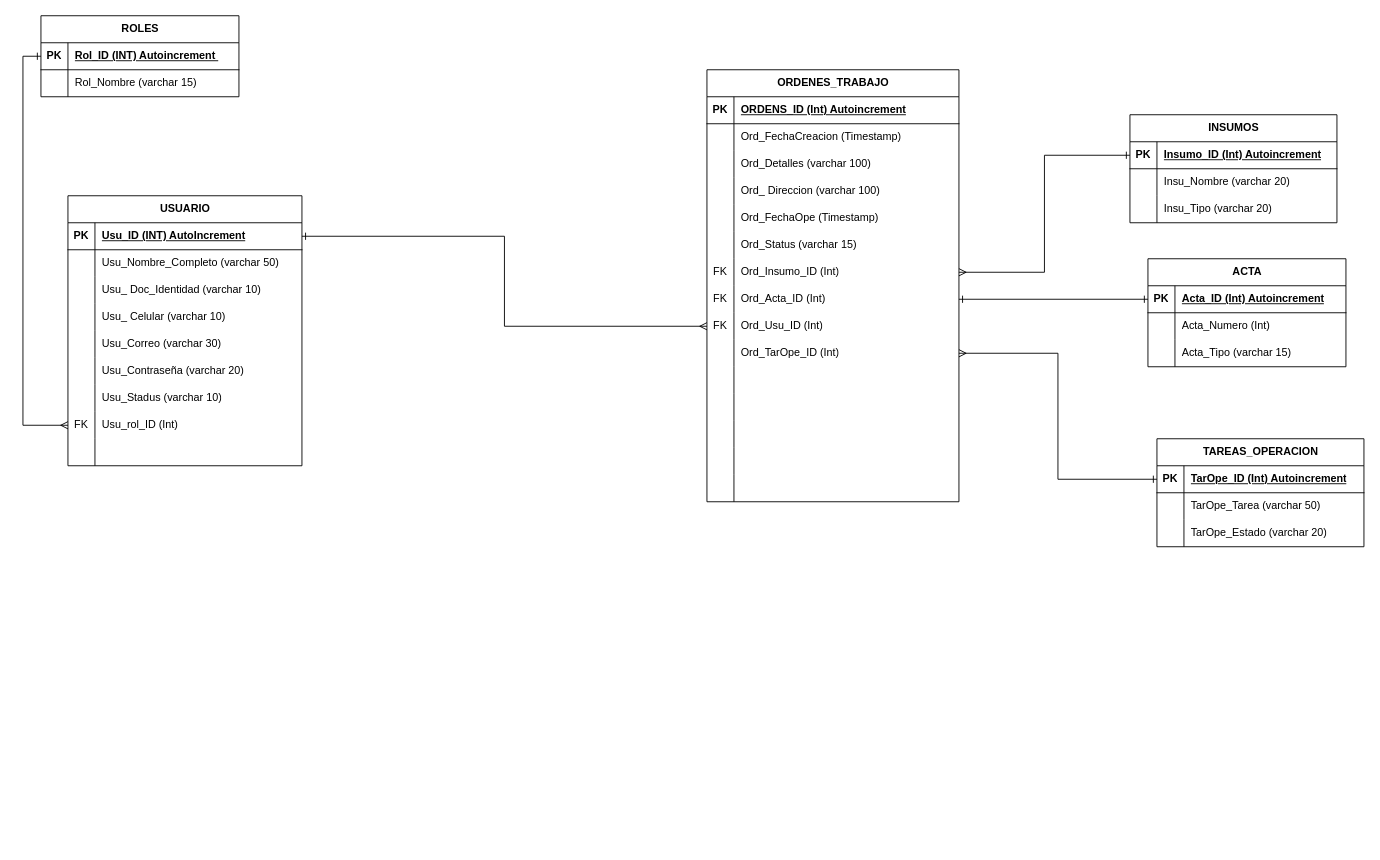
Before: MODELO FISICO BASE DE DATOS.drawio in Jottapar/Curso, a draw.io diagram. Source tidied: cells renumbered, new cells numbered last; positions are measured from the earlier drawing's top-left corner, leaving out a move shared by most shapes. Both pictures are drawn from the tidied source at 90%, with x=0, y=0 at pixel (40, 15).
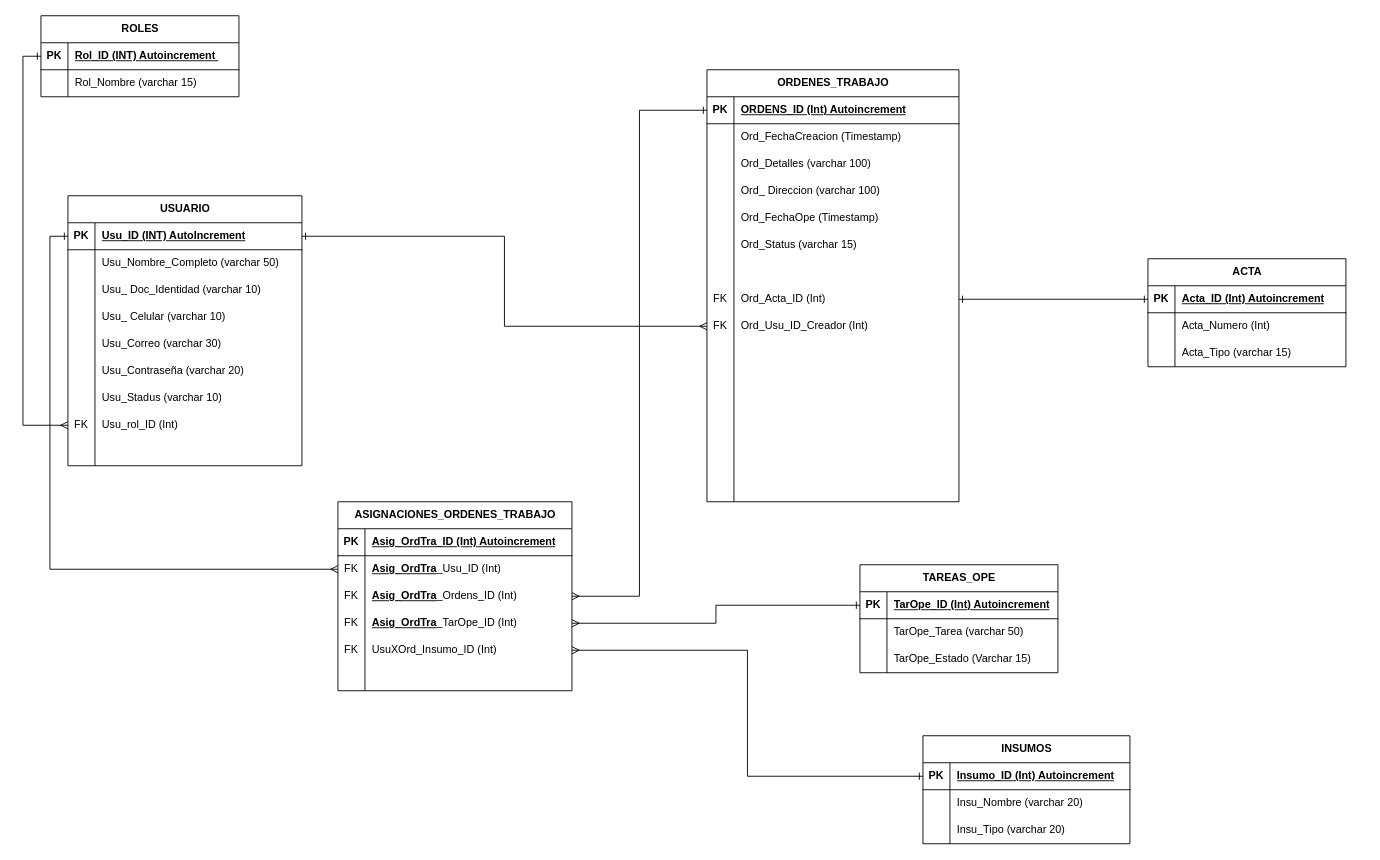
The same diagram, later.

The change refers to these unchanged cells:
```xml
<mxCell id="3" style="shape=tableRow;horizontal=0;startSize=0;swimlaneHead=0;swimlaneBody=0;fillColor=none;points=[[0,0.5],[1,0.5]];portConstraint=eastwest;top=0;left=0;right=0;bottom=1;" parent="2" vertex="1">
  <mxGeometry y="30" width="260" height="30" as="geometry" />
</mxCell>
<mxCell id="39" style="shape=tableRow;horizontal=0;startSize=0;swimlaneHead=0;swimlaneBody=0;fillColor=none;points=[[0,0.5],[1,0.5]];portConstraint=eastwest;top=0;left=0;right=0;bottom=1;" parent="38" vertex="1">
  <mxGeometry y="30" width="280" height="30" as="geometry" />
</mxCell>
<mxCell id="57" style="shape=tableRow;horizontal=0;startSize=0;swimlaneHead=0;swimlaneBody=0;fillColor=none;points=[[0,0.5],[1,0.5]];portConstraint=eastwest;top=0;left=0;right=0;bottom=0;" parent="38" vertex="1">
  <mxGeometry y="210" width="280" height="30" as="geometry" />
</mxCell>
<mxCell id="63" style="shape=tableRow;horizontal=0;startSize=0;swimlaneHead=0;swimlaneBody=0;fillColor=none;points=[[0,0.5],[1,0.5]];portConstraint=eastwest;top=0;left=0;right=0;bottom=0;" parent="38" vertex="1">
  <mxGeometry y="270" width="280" height="30" as="geometry" />
</mxCell>
<mxCell id="66" style="shape=tableRow;horizontal=0;startSize=0;swimlaneHead=0;swimlaneBody=0;fillColor=none;points=[[0,0.5],[1,0.5]];portConstraint=eastwest;top=0;left=0;right=0;bottom=0;" parent="38" vertex="1">
  <mxGeometry y="300" width="280" height="30" as="geometry" />
</mxCell>
```

What changed in the source:
```diff
@@
-    <mxCell id="58" value="FK" style="shape=partialRectangle;fillColor=none;top=0;left=0;bottom=0;right=0;overflow=hidden;whiteSpace=wrap;html=1;" parent="57" vertex="1">
+    <mxCell id="58" style="shape=partialRectangle;fillColor=none;top=0;left=0;bottom=0;right=0;overflow=hidden;whiteSpace=wrap;html=1;" parent="57" vertex="1">
       <mxGeometry width="30" height="30" as="geometry" />
     </mxCell>
-    <mxCell id="59" value="Ord_Insumo_ID (Int)" style="shape=partialRectangle;fillColor=none;top=0;left=0;bottom=0;right=0;align=left;spacingLeft=6;overflow=hidden;whiteSpace=wrap;html=1;" parent="57" vertex="1">
+    <mxCell id="59" style="shape=partialRectangle;fillColor=none;top=0;left=0;bottom=0;right=0;align=left;spacingLeft=6;overflow=hidden;whiteSpace=wrap;html=1;" parent="57" vertex="1">
       <mxGeometry x="30" width="250" height="30" as="geometry" />
     </mxCell>
@@
-    <mxCell id="65" value="Ord_Usu_ID (Int)" style="shape=partialRectangle;fillColor=none;top=0;left=0;bottom=0;right=0;align=left;spacingLeft=6;overflow=hidden;whiteSpace=wrap;html=1;" parent="63" vertex="1">
+    <mxCell id="65" value="Ord_Usu_ID_Creador (Int)" style="shape=partialRectangle;fillColor=none;top=0;left=0;bottom=0;right=0;align=left;spacingLeft=6;overflow=hidden;whiteSpace=wrap;html=1;" parent="63" vertex="1">
       <mxGeometry x="30" width="250" height="30" as="geometry" />
     </mxCell>
@@
-    <mxCell id="68" value="Ord_TarOpe_ID (Int)" style="shape=partialRectangle;fillColor=none;top=0;left=0;bottom=0;right=0;align=left;spacingLeft=6;overflow=hidden;whiteSpace=wrap;html=1;" parent="66" vertex="1">
+    <mxCell id="68" style="shape=partialRectangle;fillColor=none;top=0;left=0;bottom=0;right=0;align=left;spacingLeft=6;overflow=hidden;whiteSpace=wrap;html=1;" parent="66" vertex="1">
       <mxGeometry x="30" width="250" height="30" as="geometry" />
     </mxCell>
@@
-    <mxCell id="84" value="INSUMOS" style="shape=table;startSize=30;childLayout=tableLayout;rowLines=0;fontStyle=1;align=center;html=1;" parent="1" vertex="1">
-      <mxGeometry x="1210" y="110" width="230" height="120" as="geometry" />
-    </mxCell>
-    <mxCell id="85" style="shape=tableRow;horizontal=0;startSize=0;swimlaneHead=0;swimlaneBody=0;fillColor=none;points=[[0,0.5],[1,0.5]];portConstraint=eastwest;top=0;left=0;right=0;bottom=1;" parent="84" vertex="1">
-      <mxGeometry y="30" width="230" height="30" as="geometry" />
-    </mxCell>
-    <mxCell id="86" value="PK" style="shape=partialRectangle;fillColor=none;top=0;left=0;bottom=0;right=0;fontStyle=1;overflow=hidden;whiteSpace=wrap;html=1;" parent="85" vertex="1">
-      <mxGeometry width="30" height="30" as="geometry" />
-    </mxCell>
-    <mxCell id="87" value="Insumo_ID (Int) Autoincrement" style="shape=partialRectangle;fillColor=none;top=0;left=0;bottom=0;right=0;align=left;spacingLeft=6;fontStyle=5;overflow=hidden;whiteSpace=wrap;html=1;" parent="85" vertex="1">
-      <mxGeometry x="30" width="200" height="30" as="geometry" />
-    </mxCell>
-    <mxCell id="88" style="shape=tableRow;horizontal=0;startSize=0;swimlaneHead=0;swimlaneBody=0;fillColor=none;top=0;left=0;right=0;bottom=0;" parent="84" vertex="1">
-      <mxGeometry y="60" width="230" height="30" as="geometry" />
-    </mxCell>
-    <mxCell id="89" style="shape=partialRectangle;fillColor=none;top=0;left=0;bottom=0;right=0;overflow=hidden;whiteSpace=wrap;html=1;" parent="88" vertex="1">
-      <mxGeometry width="30" height="30" as="geometry" />
-    </mxCell>
-    <mxCell id="90" value="Insu_Nombre (varchar 20)" style="shape=partialRectangle;fillColor=none;top=0;left=0;bottom=0;right=0;align=left;spacingLeft=6;overflow=hidden;whiteSpace=wrap;html=1;" parent="88" vertex="1">
-      <mxGeometry x="30" width="200" height="30" as="geometry" />
-    </mxCell>
-    <mxCell id="91" style="shape=tableRow;horizontal=0;startSize=0;swimlaneHead=0;swimlaneBody=0;fillColor=none;top=0;left=0;right=0;bottom=0;" parent="84" vertex="1">
-      <mxGeometry y="90" width="230" height="30" as="geometry" />
-    </mxCell>
-    <mxCell id="92" style="shape=partialRectangle;fillColor=none;top=0;left=0;bottom=0;right=0;overflow=hidden;whiteSpace=wrap;html=1;" parent="91" vertex="1">
-      <mxGeometry width="30" height="30" as="geometry" />
-    </mxCell>
-    <mxCell id="93" value="Insu_Tipo (varchar 20)" style="shape=partialRectangle;fillColor=none;top=0;left=0;bottom=0;right=0;align=left;spacingLeft=6;overflow=hidden;whiteSpace=wrap;html=1;" parent="91" vertex="1">
-      <mxGeometry x="30" width="200" height="30" as="geometry" />
-    </mxCell>
@@
-    <mxCell id="104" style="edgeStyle=orthogonalEdgeStyle;rounded=0;jettySize=auto;html=1;entryX=0;entryY=0.5;entryDx=0;entryDy=0;endArrow=ERone;endFill=0;startArrow=ERmany;startFill=0;" parent="1" edge="1" source="57" target="85">
-      <mxGeometry relative="1" as="geometry" />
-    </mxCell>
@@
-    <mxCell id="107" value="TAREAS_OPERACION" style="shape=table;startSize=30;childLayout=tableLayout;rowLines=0;fontStyle=1;align=center;html=1;" parent="1" vertex="1">
-      <mxGeometry x="1240" y="470" width="230" height="120" as="geometry" />
-    </mxCell>
-    <mxCell id="108" style="shape=tableRow;horizontal=0;startSize=0;swimlaneHead=0;swimlaneBody=0;fillColor=none;points=[[0,0.5],[1,0.5]];portConstraint=eastwest;top=0;left=0;right=0;bottom=1;" parent="107" vertex="1">
-      <mxGeometry y="30" width="230" height="30" as="geometry" />
-    </mxCell>
-    <mxCell id="109" value="PK" style="shape=partialRectangle;fillColor=none;top=0;left=0;bottom=0;right=0;fontStyle=1;overflow=hidden;whiteSpace=wrap;html=1;" parent="108" vertex="1">
-      <mxGeometry width="30" height="30" as="geometry" />
-    </mxCell>
+    <mxCell id="118" value="ASIGNACIONES_ORDENES_TRABAJO" style="shape=table;startSize=30;childLayout=tableLayout;rowLines=0;fontStyle=1;align=center;html=1;" parent="1" vertex="1">
+      <mxGeometry x="330" y="540" width="260" height="210" as="geometry" />
+    </mxCell>
+    <mxCell id="119" style="shape=tableRow;horizontal=0;startSize=0;swimlaneHead=0;swimlaneBody=0;fillColor=none;top=0;left=0;right=0;bottom=1;" parent="118" vertex="1">
+      <mxGeometry y="30" width="260" height="30" as="geometry" />
+    </mxCell>
+    <mxCell id="120" value="PK" style="shape=partialRectangle;fillColor=none;top=0;left=0;bottom=0;right=0;fontStyle=1;overflow=hidden;whiteSpace=wrap;html=1;" parent="119" vertex="1">
+      <mxGeometry width="30" height="30" as="geometry" />
+    </mxCell>
+    <mxCell id="121" value="Asig_OrdTra_ID (Int) Autoincrement" style="shape=partialRectangle;fillColor=none;top=0;left=0;bottom=0;right=0;align=left;spacingLeft=6;fontStyle=5;overflow=hidden;whiteSpace=wrap;html=1;" parent="119" vertex="1">
+      <mxGeometry x="30" width="230" height="30" as="geometry" />
+    </mxCell>
+    <mxCell id="122" style="shape=tableRow;horizontal=0;startSize=0;swimlaneHead=0;swimlaneBody=0;fillColor=none;points=[[0,0.5],[1,0.5]];portConstraint=eastwest;top=0;left=0;right=0;bottom=0;" parent="118" vertex="1">
+      <mxGeometry y="60" width="260" height="30" as="geometry" />
+    </mxCell>
+    <mxCell id="123" value="FK" style="shape=partialRectangle;fillColor=none;top=0;left=0;bottom=0;right=0;overflow=hidden;whiteSpace=wrap;html=1;" parent="122" vertex="1">
+      <mxGeometry width="30" height="30" as="geometry" />
+    </mxCell>
+    <mxCell id="124" value="&lt;span style=&quot;font-weight: 700; text-decoration-line: underline;&quot;&gt;Asig_OrdTra&lt;/span&gt;_Usu_ID (Int)" style="shape=partialRectangle;fillColor=none;top=0;left=0;bottom=0;right=0;align=left;spacingLeft=6;overflow=hidden;whiteSpace=wrap;html=1;" parent="122" vertex="1">
+      <mxGeometry x="30" width="230" height="30" as="geometry" />
+    </mxCell>
+    <mxCell id="125" style="shape=tableRow;horizontal=0;startSize=0;swimlaneHead=0;swimlaneBody=0;fillColor=none;points=[[0,0.5],[1,0.5]];portConstraint=eastwest;top=0;left=0;right=0;bottom=0;" parent="118" vertex="1">
+      <mxGeometry y="90" width="260" height="30" as="geometry" />
+    </mxCell>
+    <mxCell id="126" value="FK" style="shape=partialRectangle;fillColor=none;top=0;left=0;bottom=0;right=0;overflow=hidden;whiteSpace=wrap;html=1;" parent="125" vertex="1">
+      <mxGeometry width="30" height="30" as="geometry" />
+    </mxCell>
+    <mxCell id="127" value="&lt;span style=&quot;font-weight: 700; text-decoration-line: underline;&quot;&gt;Asig_OrdTra&lt;/span&gt;_Ordens_ID (Int)" style="shape=partialRectangle;fillColor=none;top=0;left=0;bottom=0;right=0;align=left;spacingLeft=6;overflow=hidden;whiteSpace=wrap;html=1;" parent="125" vertex="1">
+      <mxGeometry x="30" width="230" height="30" as="geometry" />
+    </mxCell>
+    <mxCell id="128" style="shape=tableRow;horizontal=0;startSize=0;swimlaneHead=0;swimlaneBody=0;fillColor=none;points=[[0,0.5],[1,0.5]];portConstraint=eastwest;top=0;left=0;right=0;bottom=0;" parent="118" vertex="1">
+      <mxGeometry y="120" width="260" height="30" as="geometry" />
+    </mxCell>
+    <mxCell id="129" value="FK" style="shape=partialRectangle;fillColor=none;top=0;left=0;bottom=0;right=0;overflow=hidden;whiteSpace=wrap;html=1;" parent="128" vertex="1">
+      <mxGeometry width="30" height="30" as="geometry" />
+    </mxCell>
+    <mxCell id="130" value="&lt;span style=&quot;font-weight: 700; text-decoration-line: underline;&quot;&gt;Asig_OrdTra&lt;/span&gt;_TarOpe_ID (Int)" style="shape=partialRectangle;fillColor=none;top=0;left=0;bottom=0;right=0;align=left;spacingLeft=6;overflow=hidden;whiteSpace=wrap;html=1;" parent="128" vertex="1">
+      <mxGeometry x="30" width="230" height="30" as="geometry" />
+    </mxCell>
+    <mxCell id="131" style="shape=tableRow;horizontal=0;startSize=0;swimlaneHead=0;swimlaneBody=0;fillColor=none;points=[[0,0.5],[1,0.5]];portConstraint=eastwest;top=0;left=0;right=0;bottom=0;" parent="118" vertex="1">
+      <mxGeometry y="150" width="260" height="30" as="geometry" />
+    </mxCell>
+    <mxCell id="132" value="FK" style="shape=partialRectangle;fillColor=none;top=0;left=0;bottom=0;right=0;overflow=hidden;whiteSpace=wrap;html=1;" parent="131" vertex="1">
+      <mxGeometry width="30" height="30" as="geometry" />
+    </mxCell>
+    <mxCell id="133" value="UsuXOrd_Insumo_ID (Int)" style="shape=partialRectangle;fillColor=none;top=0;left=0;bottom=0;right=0;align=left;spacingLeft=6;overflow=hidden;whiteSpace=wrap;html=1;" parent="131" vertex="1">
+      <mxGeometry x="30" width="230" height="30" as="geometry" />
+    </mxCell>
+    <mxCell id="134" style="shape=tableRow;horizontal=0;startSize=0;swimlaneHead=0;swimlaneBody=0;fillColor=none;top=0;left=0;right=0;bottom=0;" parent="118" vertex="1">
+      <mxGeometry y="180" width="260" height="30" as="geometry" />
+    </mxCell>
+    <mxCell id="135" style="shape=partialRectangle;fillColor=none;top=0;left=0;bottom=0;right=0;overflow=hidden;whiteSpace=wrap;html=1;" parent="134" vertex="1">
+      <mxGeometry width="30" height="30" as="geometry" />
+    </mxCell>
+    <mxCell id="136" style="shape=partialRectangle;fillColor=none;top=0;left=0;bottom=0;right=0;align=left;spacingLeft=6;overflow=hidden;whiteSpace=wrap;html=1;" parent="134" vertex="1">
+      <mxGeometry x="30" width="230" height="30" as="geometry" />
+    </mxCell>
+    <mxCell id="137" style="edgeStyle=orthogonalEdgeStyle;rounded=0;jettySize=auto;html=1;entryX=0;entryY=0.5;entryDx=0;entryDy=0;endArrow=ERone;endFill=0;startArrow=ERmany;startFill=0;" parent="1" edge="1" source="122" target="3">
+      <mxGeometry relative="1" as="geometry" />
+    </mxCell>
+    <mxCell id="138" style="edgeStyle=orthogonalEdgeStyle;rounded=0;jettySize=auto;html=1;entryX=0;entryY=0.5;entryDx=0;entryDy=0;endArrow=ERone;endFill=0;startArrow=ERmany;startFill=0;" parent="1" edge="1" source="125" target="39">
+      <mxGeometry relative="1" as="geometry" />
+    </mxCell>
+    <mxCell id="139" value="TAREAS_OPE" style="shape=table;startSize=30;childLayout=tableLayout;rowLines=0;fontStyle=1;align=center;html=1;" parent="1" vertex="1">
+      <mxGeometry x="910" y="610" width="220" height="120" as="geometry" />
+    </mxCell>
+    <mxCell id="140" style="shape=tableRow;horizontal=0;startSize=0;swimlaneHead=0;swimlaneBody=0;fillColor=none;points=[[0,0.5],[1,0.5]];portConstraint=eastwest;top=0;left=0;right=0;bottom=1;" parent="139" vertex="1">
+      <mxGeometry y="30" width="220" height="30" as="geometry" />
+    </mxCell>
+    <mxCell id="141" value="PK" style="shape=partialRectangle;fillColor=none;top=0;left=0;bottom=0;right=0;fontStyle=1;overflow=hidden;whiteSpace=wrap;html=1;" parent="140" vertex="1">
+      <mxGeometry width="30" height="30" as="geometry" />
+    </mxCell>
-    <mxCell id="110" value="TarOpe_ID (Int) Autoincrement" style="shape=partialRectangle;fillColor=none;top=0;left=0;bottom=0;right=0;align=left;spacingLeft=6;fontStyle=5;overflow=hidden;whiteSpace=wrap;html=1;" parent="108" vertex="1">
-      <mxGeometry x="30" width="200" height="30" as="geometry" />
+    <mxCell id="110" value="TarOpe_ID (Int) Autoincrement" style="shape=partialRectangle;fillColor=none;top=0;left=0;bottom=0;right=0;align=left;spacingLeft=6;fontStyle=5;overflow=hidden;whiteSpace=wrap;html=1;" parent="140" vertex="1">
+      <mxGeometry x="30" width="190" height="30" as="geometry" />
     </mxCell>
-    <mxCell id="111" style="shape=tableRow;horizontal=0;startSize=0;swimlaneHead=0;swimlaneBody=0;fillColor=none;top=0;left=0;right=0;bottom=0;" parent="107" vertex="1">
-      <mxGeometry y="60" width="230" height="30" as="geometry" />
-    </mxCell>
-    <mxCell id="112" style="shape=partialRectangle;fillColor=none;top=0;left=0;bottom=0;right=0;overflow=hidden;whiteSpace=wrap;html=1;" parent="111" vertex="1">
-      <mxGeometry width="30" height="30" as="geometry" />
-    </mxCell>
+    <mxCell id="142" style="shape=tableRow;horizontal=0;startSize=0;swimlaneHead=0;swimlaneBody=0;fillColor=none;top=0;left=0;right=0;bottom=0;" parent="139" vertex="1">
+      <mxGeometry y="60" width="220" height="30" as="geometry" />
+    </mxCell>
+    <mxCell id="143" style="shape=partialRectangle;fillColor=none;top=0;left=0;bottom=0;right=0;overflow=hidden;whiteSpace=wrap;html=1;" parent="142" vertex="1">
+      <mxGeometry width="30" height="30" as="geometry" />
+    </mxCell>
-    <mxCell id="113" value="TarOpe_Tarea (varchar 50)" style="shape=partialRectangle;fillColor=none;top=0;left=0;bottom=0;right=0;align=left;spacingLeft=6;overflow=hidden;whiteSpace=wrap;html=1;" parent="111" vertex="1">
-      <mxGeometry x="30" width="200" height="30" as="geometry" />
+    <mxCell id="113" value="TarOpe_Tarea (varchar 50)" style="shape=partialRectangle;fillColor=none;top=0;left=0;bottom=0;right=0;align=left;spacingLeft=6;overflow=hidden;whiteSpace=wrap;html=1;" parent="142" vertex="1">
+      <mxGeometry x="30" width="190" height="30" as="geometry" />
     </mxCell>
-    <mxCell id="114" style="shape=tableRow;horizontal=0;startSize=0;swimlaneHead=0;swimlaneBody=0;fillColor=none;top=0;left=0;right=0;bottom=0;" parent="107" vertex="1">
-      <mxGeometry y="90" width="230" height="30" as="geometry" />
-    </mxCell>
-    <mxCell id="115" style="shape=partialRectangle;fillColor=none;top=0;left=0;bottom=0;right=0;overflow=hidden;whiteSpace=wrap;html=1;" parent="114" vertex="1">
-      <mxGeometry width="30" height="30" as="geometry" />
-    </mxCell>
-    <mxCell id="116" value="TarOpe_Estado (varchar 20)" style="shape=partialRectangle;fillColor=none;top=0;left=0;bottom=0;right=0;align=left;spacingLeft=6;overflow=hidden;whiteSpace=wrap;html=1;" parent="114" vertex="1">
-      <mxGeometry x="30" width="200" height="30" as="geometry" />
-    </mxCell>
-    <mxCell id="117" style="edgeStyle=orthogonalEdgeStyle;rounded=0;jettySize=auto;html=1;entryX=0;entryY=0.5;entryDx=0;entryDy=0;endArrow=ERone;endFill=0;startArrow=ERmany;startFill=0;" parent="1" edge="1" source="66" target="108">
-      <mxGeometry relative="1" as="geometry" />
-    </mxCell>
+    <mxCell id="144" style="shape=tableRow;horizontal=0;startSize=0;swimlaneHead=0;swimlaneBody=0;fillColor=none;top=0;left=0;right=0;bottom=0;" parent="139" vertex="1">
+      <mxGeometry y="90" width="220" height="30" as="geometry" />
+    </mxCell>
+    <mxCell id="145" style="shape=partialRectangle;fillColor=none;top=0;left=0;bottom=0;right=0;overflow=hidden;whiteSpace=wrap;html=1;" parent="144" vertex="1">
+      <mxGeometry width="30" height="30" as="geometry" />
+    </mxCell>
+    <mxCell id="146" value="TarOpe_Estado (Varchar 15)" style="shape=partialRectangle;fillColor=none;top=0;left=0;bottom=0;right=0;align=left;spacingLeft=6;overflow=hidden;whiteSpace=wrap;html=1;" parent="144" vertex="1">
+      <mxGeometry x="30" width="190" height="30" as="geometry" />
+    </mxCell>
+    <mxCell id="147" style="edgeStyle=orthogonalEdgeStyle;rounded=0;jettySize=auto;html=1;entryX=0;entryY=0.5;entryDx=0;entryDy=0;endArrow=ERone;endFill=0;startArrow=ERmany;startFill=0;" parent="1" edge="1" source="128" target="140">
+      <mxGeometry relative="1" as="geometry" />
+    </mxCell>
+    <mxCell id="84" value="INSUMOS" style="shape=table;startSize=30;childLayout=tableLayout;rowLines=0;fontStyle=1;align=center;html=1;" parent="1" vertex="1">
+      <mxGeometry x="980" y="800" width="230" height="120" as="geometry" />
+    </mxCell>
+    <mxCell id="148" style="shape=tableRow;horizontal=0;startSize=0;swimlaneHead=0;swimlaneBody=0;fillColor=none;points=[[0,0.5],[1,0.5]];portConstraint=eastwest;top=0;left=0;right=0;bottom=1;" parent="84" vertex="1">
+      <mxGeometry y="30" width="230" height="30" as="geometry" />
+    </mxCell>
+    <mxCell id="149" value="PK" style="shape=partialRectangle;fillColor=none;top=0;left=0;bottom=0;right=0;fontStyle=1;overflow=hidden;whiteSpace=wrap;html=1;" parent="148" vertex="1">
+      <mxGeometry width="30" height="30" as="geometry" />
+    </mxCell>
+    <mxCell id="87" value="Insumo_ID (Int) Autoincrement" style="shape=partialRectangle;fillColor=none;top=0;left=0;bottom=0;right=0;align=left;spacingLeft=6;fontStyle=5;overflow=hidden;whiteSpace=wrap;html=1;" parent="148" vertex="1">
+      <mxGeometry x="30" width="200" height="30" as="geometry" />
+    </mxCell>
+    <mxCell id="150" style="shape=tableRow;horizontal=0;startSize=0;swimlaneHead=0;swimlaneBody=0;fillColor=none;top=0;left=0;right=0;bottom=0;" parent="84" vertex="1">
+      <mxGeometry y="60" width="230" height="30" as="geometry" />
+    </mxCell>
+    <mxCell id="151" style="shape=partialRectangle;fillColor=none;top=0;left=0;bottom=0;right=0;overflow=hidden;whiteSpace=wrap;html=1;" parent="150" vertex="1">
+      <mxGeometry width="30" height="30" as="geometry" />
+    </mxCell>
+    <mxCell id="90" value="Insu_Nombre (varchar 20)" style="shape=partialRectangle;fillColor=none;top=0;left=0;bottom=0;right=0;align=left;spacingLeft=6;overflow=hidden;whiteSpace=wrap;html=1;" parent="150" vertex="1">
+      <mxGeometry x="30" width="200" height="30" as="geometry" />
+    </mxCell>
+    <mxCell id="152" style="shape=tableRow;horizontal=0;startSize=0;swimlaneHead=0;swimlaneBody=0;fillColor=none;top=0;left=0;right=0;bottom=0;" parent="84" vertex="1">
+      <mxGeometry y="90" width="230" height="30" as="geometry" />
+    </mxCell>
+    <mxCell id="153" style="shape=partialRectangle;fillColor=none;top=0;left=0;bottom=0;right=0;overflow=hidden;whiteSpace=wrap;html=1;" parent="152" vertex="1">
+      <mxGeometry width="30" height="30" as="geometry" />
+    </mxCell>
+    <mxCell id="93" value="Insu_Tipo (varchar 20)" style="shape=partialRectangle;fillColor=none;top=0;left=0;bottom=0;right=0;align=left;spacingLeft=6;overflow=hidden;whiteSpace=wrap;html=1;" parent="152" vertex="1">
+      <mxGeometry x="30" width="200" height="30" as="geometry" />
+    </mxCell>
+    <mxCell id="154" style="edgeStyle=orthogonalEdgeStyle;rounded=0;jettySize=auto;html=1;entryX=0;entryY=0.5;entryDx=0;entryDy=0;endArrow=ERone;endFill=0;startArrow=ERmany;startFill=0;" parent="1" edge="1" source="131" target="148">
+      <mxGeometry relative="1" as="geometry" />
+    </mxCell>
```
